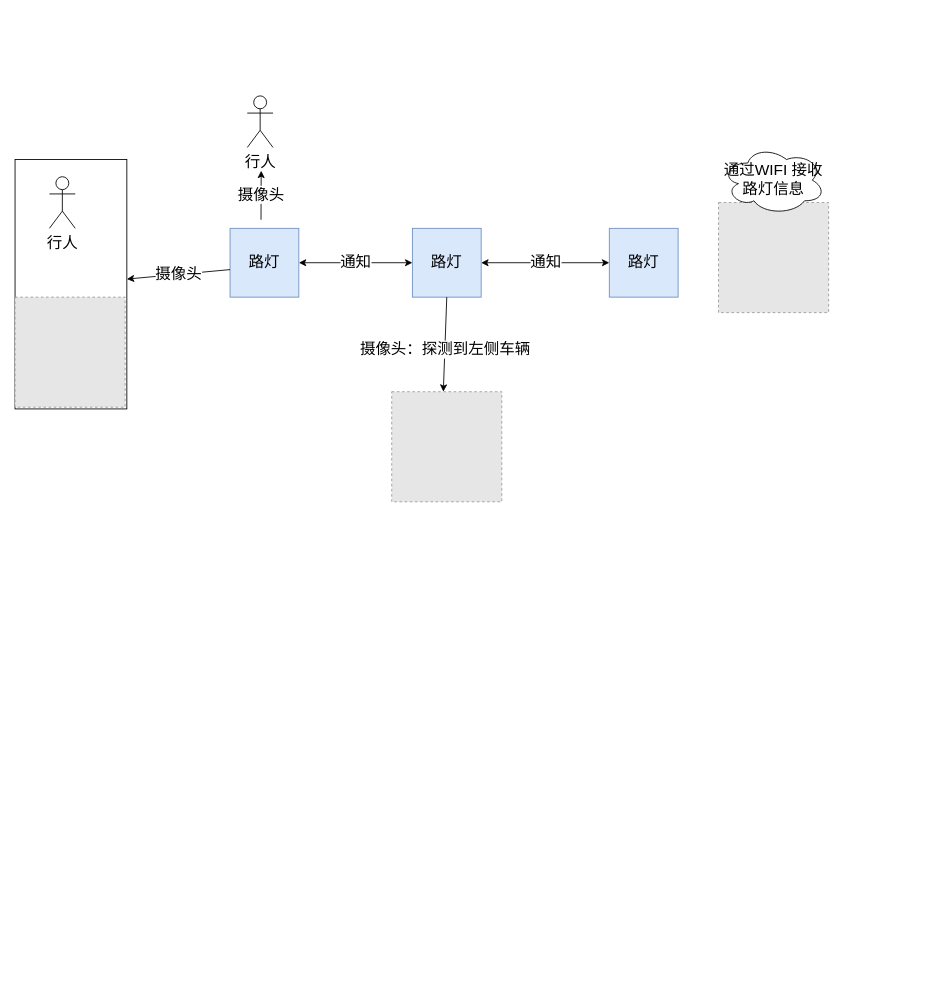
Above: street_lamp_tree.drawio in fuliteng/InitRes (draw.io), before the change. Source tidied: cells renumbered, new cells numbered last; positions are measured from the earlier drawing's top-left corner, leaving out a move shared by most shapes. Both pictures are drawn from the tidied source at 86%, with x=0, y=0 at pixel (15, 95). Pictures stored in the file or linked from it are replaced by grey dashed boxes.
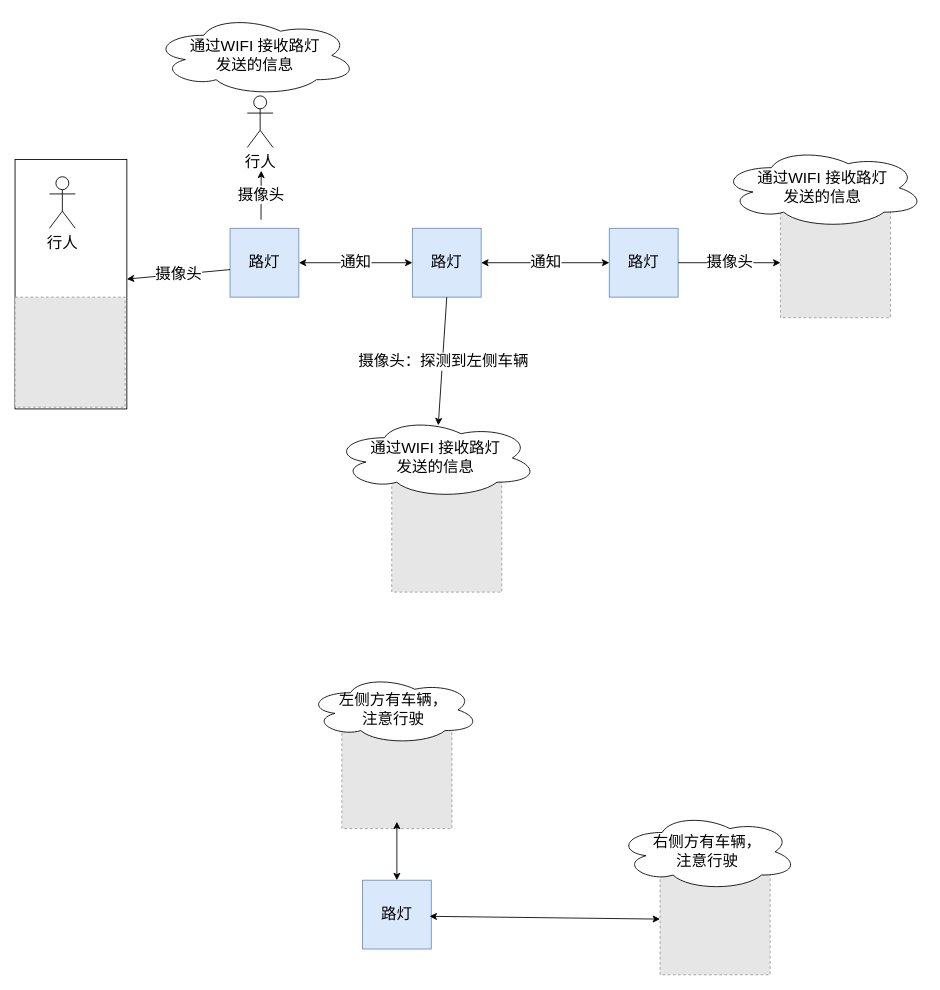
After the change.

Unchanged cells that the change refers to:
```xml
<mxCell id="3" value="路灯" style="whiteSpace=wrap;html=1;fontSize=18;fillColor=#dae8fc;strokeColor=#6c8ebf;" parent="1" vertex="1">
  <mxGeometry x="462" y="154" width="80" height="80" as="geometry" />
</mxCell>
<mxCell id="5" value="路灯" style="whiteSpace=wrap;html=1;fontSize=18;fillColor=#dae8fc;strokeColor=#6c8ebf;" parent="1" vertex="1">
  <mxGeometry x="691" y="154" width="80" height="80" as="geometry" />
</mxCell>
```

What changed in the source:
```diff
@@
     <mxCell id="8" style="fillColor=#E6E6E6;strokeColor=#999999;dashed=1;html=1;verticalAlign=top;verticalLabelPosition=bottom;labelBackgroundColor=#ffffff;fontSize=18;" parent="1" vertex="1">
-      <mxGeometry x="438" y="344" width="128" height="128" as="geometry" />
+      <mxGeometry x="438" y="449" width="128" height="128" as="geometry" />
     </mxCell>
@@
     <mxCell id="12" style="fillColor=#E6E6E6;strokeColor=#999999;dashed=1;html=1;verticalAlign=top;verticalLabelPosition=bottom;labelBackgroundColor=#ffffff;fontSize=18;" parent="1" vertex="1">
-      <mxGeometry x="818" y="124" width="128" height="128" as="geometry" />
+      <mxGeometry x="890" y="130" width="128" height="128" as="geometry" />
     </mxCell>
-    <mxCell id="13" value="通过WIFI 接收路灯信息" style="ellipse;shape=cloud;whiteSpace=wrap;html=1;fontSize=18;" parent="1" vertex="1">
-      <mxGeometry x="822" y="58" width="120" height="80" as="geometry" />
+    <mxCell id="13" value="通过WIFI 接收路灯&lt;br&gt;发送的信息" style="ellipse;shape=cloud;whiteSpace=wrap;html=1;fontSize=18;" parent="1" vertex="1">
+      <mxGeometry x="820" y="60" width="238" height="94" as="geometry" />
     </mxCell>
-    <mxCell id="14" style="endArrow=classic;html=1;rounded=0;fontSize=18;exitX=0.5;exitY=1;exitDx=0;exitDy=0;" parent="1" edge="1" source="3">
-      <mxGeometry relative="1" as="geometry">
-        <mxPoint x="498" y="344" as="targetPoint" />
-      </mxGeometry>
+    <mxCell id="14" style="endArrow=classic;html=1;rounded=0;fontSize=18;exitX=0.5;exitY=1;exitDx=0;exitDy=0;entryX=0.513;entryY=0.096;entryDx=0;entryDy=0;entryPerimeter=0;" parent="1" edge="1" source="3" target="19">
+      <mxGeometry relative="1" as="geometry" />
     </mxCell>
@@
+    <mxCell id="18" value="通过WIFI 接收路灯&lt;br&gt;发送的信息" style="ellipse;shape=cloud;whiteSpace=wrap;html=1;fontSize=18;" parent="1" vertex="1">
+      <mxGeometry x="160" y="-94" width="238" height="94" as="geometry" />
+    </mxCell>
+    <mxCell id="19" value="通过WIFI 接收路灯&lt;br&gt;发送的信息" style="ellipse;shape=cloud;whiteSpace=wrap;html=1;fontSize=18;" parent="1" vertex="1">
+      <mxGeometry x="370" y="374" width="238" height="94" as="geometry" />
+    </mxCell>
+    <mxCell id="20" value="路灯" style="whiteSpace=wrap;html=1;fontSize=18;fillColor=#dae8fc;strokeColor=#6c8ebf;" parent="1" vertex="1">
+      <mxGeometry x="404" y="912" width="80" height="80" as="geometry" />
+    </mxCell>
+    <mxCell id="21" value="摄像头" style="endArrow=classic;html=1;rounded=0;fontSize=18;exitX=1;exitY=0.5;exitDx=0;exitDy=0;" parent="1" edge="1" source="5" target="12">
+      <mxGeometry relative="1" as="geometry" />
+    </mxCell>
+    <mxCell id="22" style="fillColor=#E6E6E6;strokeColor=#999999;dashed=1;html=1;verticalAlign=top;verticalLabelPosition=bottom;labelBackgroundColor=#ffffff;fontSize=18;" parent="1" vertex="1">
+      <mxGeometry x="380" y="724" width="128" height="128" as="geometry" />
+    </mxCell>
+    <mxCell id="23" style="fillColor=#E6E6E6;strokeColor=#999999;dashed=1;html=1;verticalAlign=top;verticalLabelPosition=bottom;labelBackgroundColor=#ffffff;fontSize=18;" parent="1" vertex="1">
+      <mxGeometry x="750" y="894" width="128" height="128" as="geometry" />
+    </mxCell>
+    <mxCell id="24" style="endArrow=classic;startArrow=classic;html=1;rounded=0;fontSize=18;exitX=0.5;exitY=0;exitDx=0;exitDy=0;" parent="1" edge="1" source="20">
+      <mxGeometry relative="1" as="geometry">
+        <mxPoint x="444" y="844" as="targetPoint" />
+      </mxGeometry>
+    </mxCell>
+    <mxCell id="25" style="endArrow=classic;startArrow=classic;html=1;rounded=0;fontSize=18;" parent="1" edge="1" source="23">
+      <mxGeometry relative="1" as="geometry">
+        <mxPoint x="482" y="954" as="targetPoint" />
+      </mxGeometry>
+    </mxCell>
+    <mxCell id="26" value="右侧方有车辆，&lt;br&gt;注意行驶" style="ellipse;shape=cloud;whiteSpace=wrap;html=1;fontSize=18;" parent="1" vertex="1">
+      <mxGeometry x="700" y="834" width="210" height="90" as="geometry" />
+    </mxCell>
+    <mxCell id="27" value="左侧方有车辆，&lt;br&gt;注意行驶" style="ellipse;shape=cloud;whiteSpace=wrap;html=1;fontSize=18;" parent="1" vertex="1">
+      <mxGeometry x="340" y="674" width="200" height="80" as="geometry" />
+    </mxCell>
```
